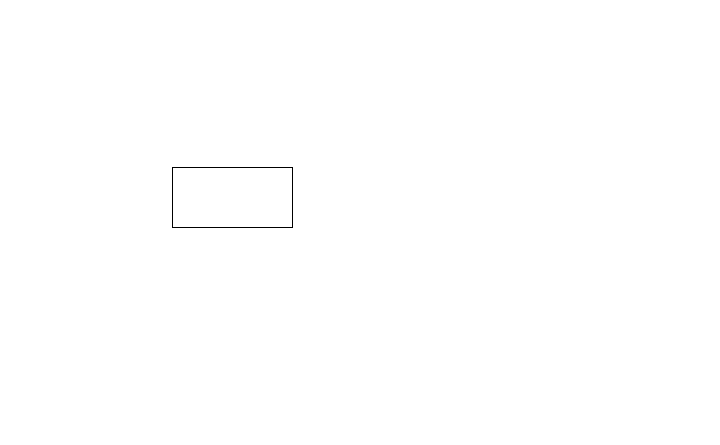
The draw.io diagram database.dio in VoidKeishi/Clothing_Store_Website, before the edit. Source tidied: cells renumbered, new cells numbered last; positions are measured from the earlier drawing's top-left corner, leaving out a move shared by most shapes. Both pictures are drawn from the tidied source at 100%, with x=0, y=0 at pixel (172, 167).
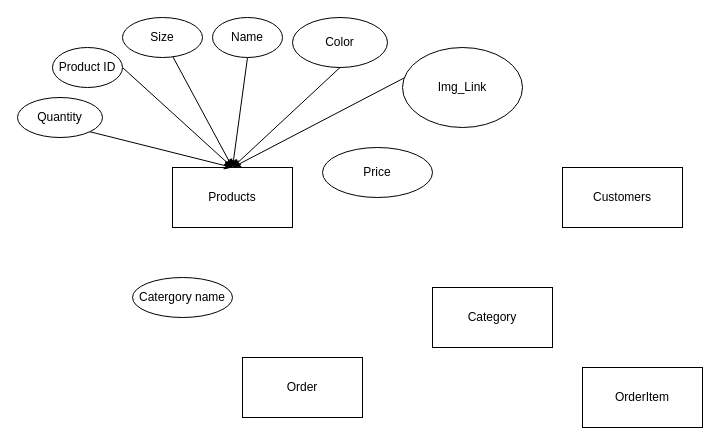
The same diagram, later.

Change to the diagram source:
```diff
@@
-    <mxCell id="2" style="rounded=0;whiteSpace=wrap;html=1;" parent="1" vertex="1">
+    <mxCell id="2" value="Products" style="rounded=0;whiteSpace=wrap;html=1;" parent="1" vertex="1">
       <mxGeometry width="120" height="60" as="geometry" />
     </mxCell>
+    <mxCell id="3" value="Customers" style="rounded=0;whiteSpace=wrap;html=1;" parent="1" vertex="1">
+      <mxGeometry x="390" width="120" height="60" as="geometry" />
+    </mxCell>
+    <mxCell id="4" value="Order" style="rounded=0;whiteSpace=wrap;html=1;" parent="1" vertex="1">
+      <mxGeometry x="70" y="190" width="120" height="60" as="geometry" />
+    </mxCell>
+    <mxCell id="5" value="OrderItem" style="rounded=0;whiteSpace=wrap;html=1;" parent="1" vertex="1">
+      <mxGeometry x="410" y="200" width="120" height="60" as="geometry" />
+    </mxCell>
+    <mxCell id="6" value="Category" style="rounded=0;whiteSpace=wrap;html=1;" parent="1" vertex="1">
+      <mxGeometry x="260" y="120" width="120" height="60" as="geometry" />
+    </mxCell>
+    <mxCell id="7" style="edgeStyle=none;html=1;exitX=1;exitY=0.5;exitDx=0;exitDy=0;entryX=0.5;entryY=0;entryDx=0;entryDy=0;" parent="1" edge="1" source="8" target="2">
+      <mxGeometry relative="1" as="geometry" />
+    </mxCell>
+    <mxCell id="8" value="Product ID" style="ellipse;whiteSpace=wrap;html=1;" parent="1" vertex="1">
+      <mxGeometry x="-120" y="-120" width="70" height="40" as="geometry" />
+    </mxCell>
+    <mxCell id="9" style="edgeStyle=none;html=1;exitX=0.5;exitY=1;exitDx=0;exitDy=0;" parent="1" edge="1" source="10">
+      <mxGeometry relative="1" as="geometry">
+        <mxPoint x="60" as="targetPoint" />
+      </mxGeometry>
+    </mxCell>
+    <mxCell id="10" value="Name" style="ellipse;whiteSpace=wrap;html=1;" parent="1" vertex="1">
+      <mxGeometry x="40" y="-150" width="70" height="40" as="geometry" />
+    </mxCell>
+    <mxCell id="11" value="Price" style="ellipse;whiteSpace=wrap;html=1;" parent="1" vertex="1">
+      <mxGeometry x="150" y="-20" width="110" height="50" as="geometry" />
+    </mxCell>
+    <mxCell id="12" value="Catergory name" style="ellipse;whiteSpace=wrap;html=1;" parent="1" vertex="1">
+      <mxGeometry x="-40" y="110" width="100" height="40" as="geometry" />
+    </mxCell>
+    <mxCell id="13" style="edgeStyle=none;html=1;entryX=0.5;entryY=0;entryDx=0;entryDy=0;" parent="1" edge="1" source="14" target="2">
+      <mxGeometry relative="1" as="geometry" />
+    </mxCell>
+    <mxCell id="14" value="Size" style="ellipse;whiteSpace=wrap;html=1;" parent="1" vertex="1">
+      <mxGeometry x="-50" y="-150" width="80" height="40" as="geometry" />
+    </mxCell>
+    <mxCell id="15" style="edgeStyle=none;html=1;exitX=0.5;exitY=1;exitDx=0;exitDy=0;" parent="1" edge="1" source="16">
+      <mxGeometry relative="1" as="geometry">
+        <mxPoint x="60" as="targetPoint" />
+      </mxGeometry>
+    </mxCell>
+    <mxCell id="16" value="Color" style="ellipse;whiteSpace=wrap;html=1;" parent="1" vertex="1">
+      <mxGeometry x="120" y="-150" width="95" height="50" as="geometry" />
+    </mxCell>
+    <mxCell id="17" style="edgeStyle=none;html=1;exitX=1;exitY=1;exitDx=0;exitDy=0;entryX=0.5;entryY=0;entryDx=0;entryDy=0;" parent="1" edge="1" source="18" target="2">
+      <mxGeometry relative="1" as="geometry" />
+    </mxCell>
+    <mxCell id="18" value="Quantity" style="ellipse;whiteSpace=wrap;html=1;" parent="1" vertex="1">
+      <mxGeometry x="-155" y="-70" width="85" height="40" as="geometry" />
+    </mxCell>
+    <mxCell id="19" style="edgeStyle=none;html=1;exitX=0.5;exitY=0;exitDx=0;exitDy=0;entryX=0.5;entryY=0;entryDx=0;entryDy=0;" parent="1" edge="1" source="20" target="2">
+      <mxGeometry relative="1" as="geometry" />
+    </mxCell>
+    <mxCell id="20" value="Img_Link" style="ellipse;whiteSpace=wrap;html=1;" parent="1" vertex="1">
+      <mxGeometry x="230" y="-120" width="120" height="80" as="geometry" />
+    </mxCell>
```
